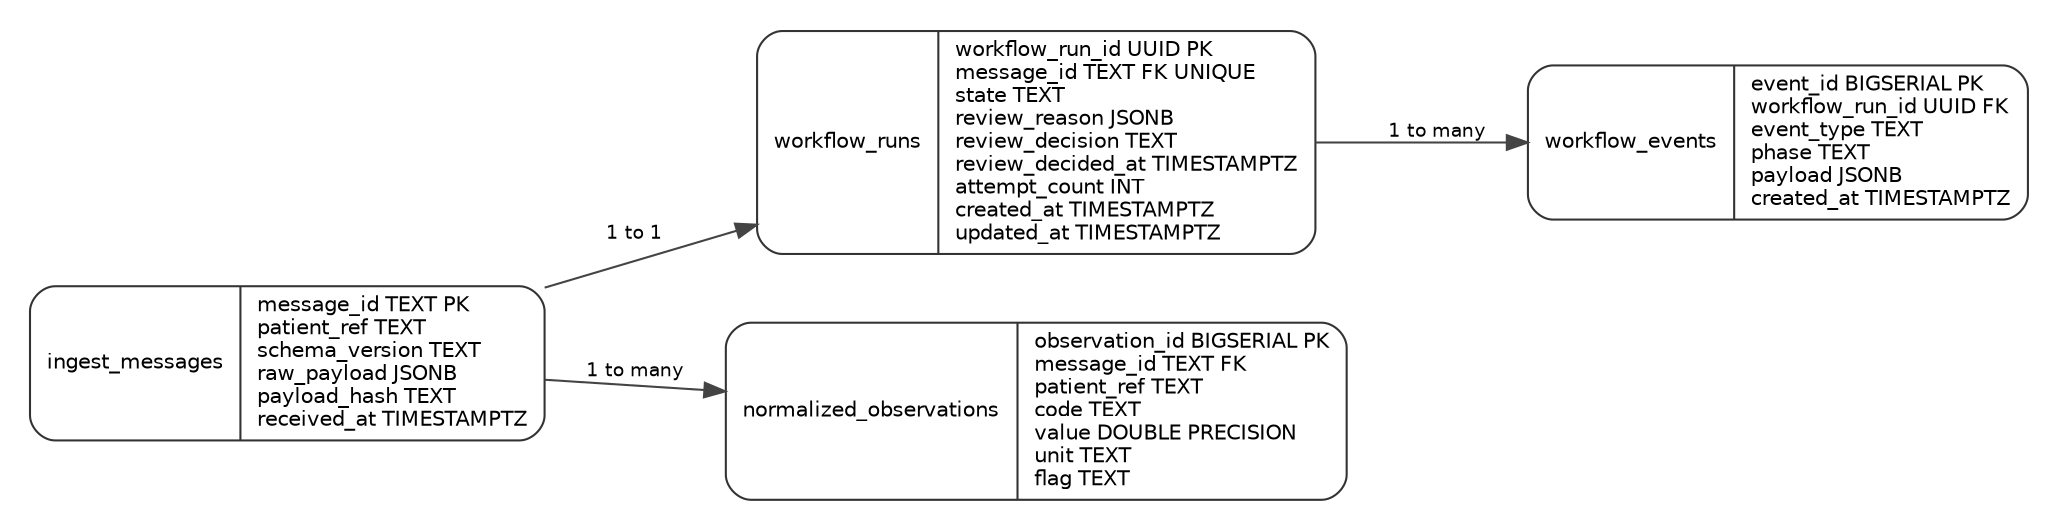
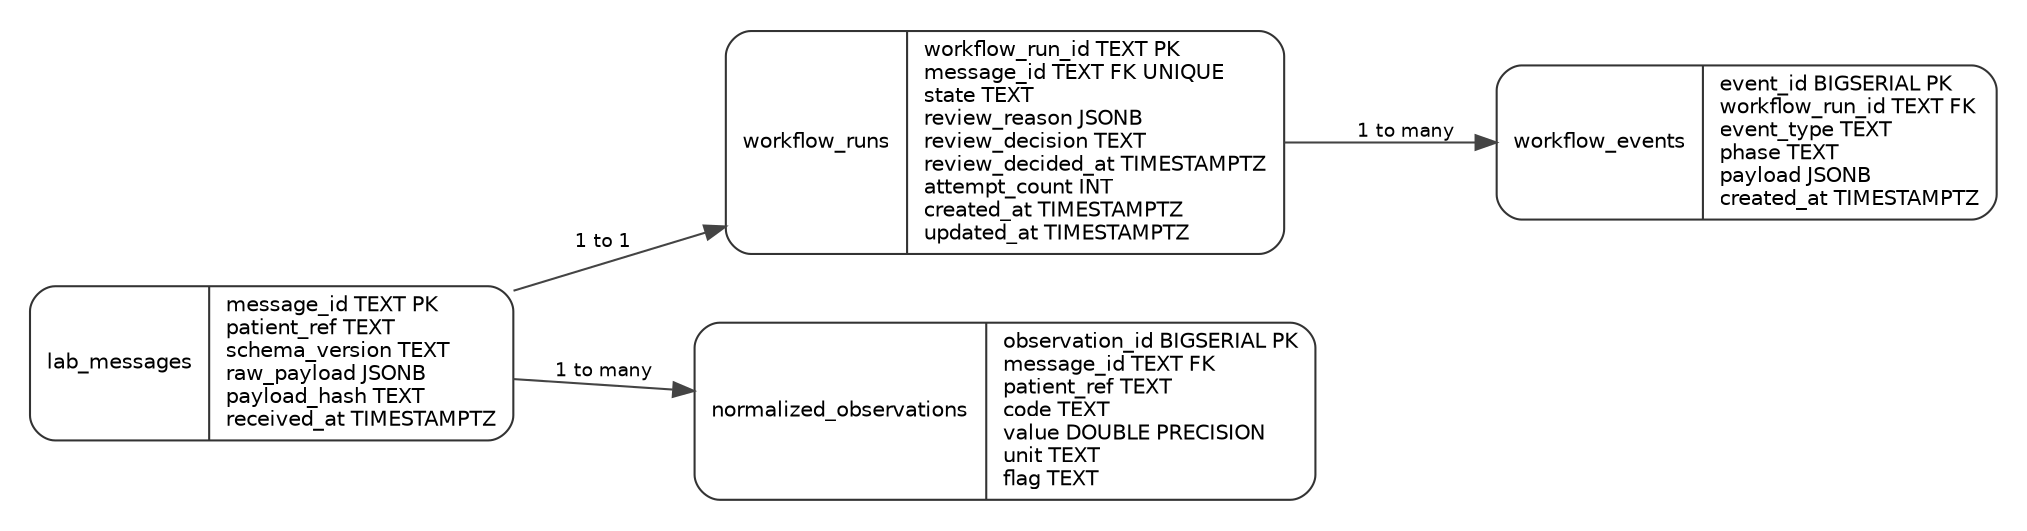
digraph G {
  graph [rankdir=LR, bgcolor="white", pad="0.2", nodesep="0.45", ranksep="0.55"];
  node [shape=record, style="rounded,filled", fillcolor="white", color="#333333", fontname="Helvetica", fontsize=10];
  edge [color="#444444", fontname="Helvetica", fontsize=9];
-   ingest [label="{ingest_messages|message_id TEXT PK\lpatient_ref TEXT\lschema_version TEXT\lraw_payload JSONB\lpayload_hash TEXT\lreceived_at TIMESTAMPTZ\l}"];
-   runs [label="{workflow_runs|workflow_run_id UUID PK\lmessage_id TEXT FK UNIQUE\lstate TEXT\lreview_reason JSONB\lreview_decision TEXT\lreview_decided_at TIMESTAMPTZ\lattempt_count INT\lcreated_at TIMESTAMPTZ\lupdated_at TIMESTAMPTZ\l}"];
-   events [label="{workflow_events|event_id BIGSERIAL PK\lworkflow_run_id UUID FK\levent_type TEXT\lphase TEXT\lpayload JSONB\lcreated_at TIMESTAMPTZ\l}"];
+   messages [label="{lab_messages|message_id TEXT PK\lpatient_ref TEXT\lschema_version TEXT\lraw_payload JSONB\lpayload_hash TEXT\lreceived_at TIMESTAMPTZ\l}"];
+   runs [label="{workflow_runs|workflow_run_id TEXT PK\lmessage_id TEXT FK UNIQUE\lstate TEXT\lreview_reason JSONB\lreview_decision TEXT\lreview_decided_at TIMESTAMPTZ\lattempt_count INT\lcreated_at TIMESTAMPTZ\lupdated_at TIMESTAMPTZ\l}"];
+   events [label="{workflow_events|event_id BIGSERIAL PK\lworkflow_run_id TEXT FK\levent_type TEXT\lphase TEXT\lpayload JSONB\lcreated_at TIMESTAMPTZ\l}"];
  obs [label="{normalized_observations|observation_id BIGSERIAL PK\lmessage_id TEXT FK\lpatient_ref TEXT\lcode TEXT\lvalue DOUBLE PRECISION\lunit TEXT\lflag TEXT\l}"];
-   ingest -> runs [label="1 to 1"];
+   messages -> runs [label="1 to 1"];
  runs -> events [label="1 to many"];
-   ingest -> obs [label="1 to many"];
+   messages -> obs [label="1 to many"];
}
